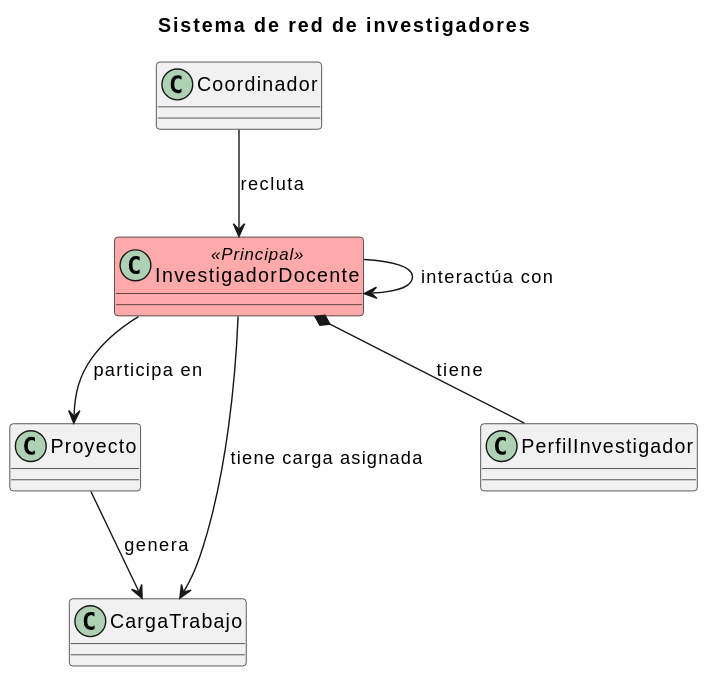
31Diego/25-26-IdSw1-SdR keeps this PlantUML diagram as documentación/ModeloDelDominio/Imagenes/Clases/ClasesRed.svg. Above is the earlier version.
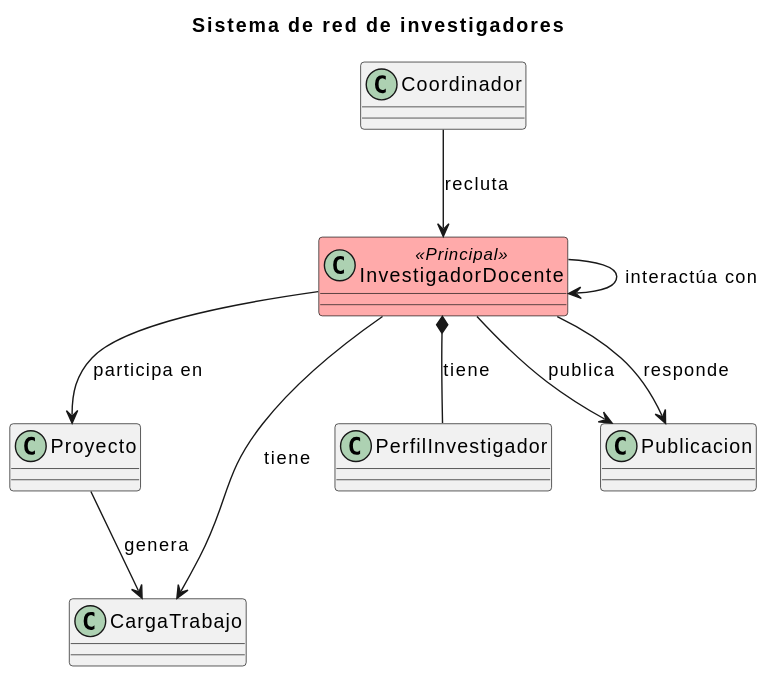
Later version of the same file.

What changed in the source:
```diff
@@ -16,12 +16,20 @@
 class PerfilInvestigador {
 }
 
+class Publicacion {
+
+}
+
 InvestigadorDocente --> Proyecto : participa en
-InvestigadorDocente --> CargaTrabajo : tiene carga asignada
+InvestigadorDocente --> CargaTrabajo : tiene
 InvestigadorDocente *-- PerfilInvestigador : tiene
 InvestigadorDocente --> InvestigadorDocente : interactúa con
+InvestigadorDocente --> Publicacion: publica
+InvestigadorDocente --> Publicacion: responde
+
 
 Proyecto --> CargaTrabajo : genera
 
+
 Coordinador --> InvestigadorDocente : recluta
 @enduml
```
